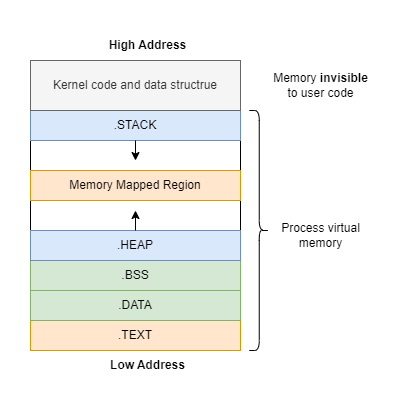
Above: source/images/process-memory-address.png in baoqger/chrisbao (draw.io), before the change. Source tidied: cells renumbered, new cells last; positions are measured from the earlier drawing's top-left corner, leaving out a move shared by most shapes. Source of this version:
```xml
<mxGraphModel>
  <root>
    <mxCell id="0" />
    <mxCell id="1" parent="0" />
    <mxCell id="2" style="rounded=0;whiteSpace=wrap;html=1;" parent="1" vertex="1">
      <mxGeometry y="30" width="210" height="290" as="geometry" />
    </mxCell>
    <mxCell id="3" value="Low Address" style="text;html=1;strokeColor=none;fillColor=none;align=center;verticalAlign=middle;whiteSpace=wrap;rounded=0;fontStyle=1;" parent="1" vertex="1">
      <mxGeometry x="75" y="320" width="85" height="30" as="geometry" />
    </mxCell>
    <mxCell id="4" value="High Address" style="text;html=1;strokeColor=none;fillColor=none;align=center;verticalAlign=middle;whiteSpace=wrap;rounded=0;fontStyle=1;" parent="1" vertex="1">
      <mxGeometry x="75" width="85" height="30" as="geometry" />
    </mxCell>
    <mxCell id="5" value=".TEXT" style="rounded=0;whiteSpace=wrap;html=1;fillColor=#ffe6cc;strokeColor=#d79b00;" parent="1" vertex="1">
      <mxGeometry y="290" width="210" height="30" as="geometry" />
    </mxCell>
    <mxCell id="6" value=".DATA" style="rounded=0;whiteSpace=wrap;html=1;fillColor=#d5e8d4;strokeColor=#82b366;" parent="1" vertex="1">
      <mxGeometry y="260" width="210" height="30" as="geometry" />
    </mxCell>
    <mxCell id="7" value=".BSS" style="rounded=0;whiteSpace=wrap;html=1;fillColor=#d5e8d4;strokeColor=#82b366;" parent="1" vertex="1">
      <mxGeometry y="230" width="210" height="30" as="geometry" />
    </mxCell>
    <mxCell id="8" value=".HEAP" style="rounded=0;whiteSpace=wrap;html=1;fillColor=#dae8fc;strokeColor=#6c8ebf;" parent="1" vertex="1">
      <mxGeometry y="200" width="210" height="30" as="geometry" />
    </mxCell>
    <mxCell id="9" value=".STACK" style="rounded=0;whiteSpace=wrap;html=1;fillColor=#dae8fc;strokeColor=#6c8ebf;" parent="1" vertex="1">
      <mxGeometry y="80" width="210" height="30" as="geometry" />
    </mxCell>
    <mxCell id="10" value="Kernel code and data structrue" style="rounded=0;whiteSpace=wrap;html=1;fillColor=#f5f5f5;strokeColor=#666666;fontColor=#333333;" parent="1" vertex="1">
      <mxGeometry y="30" width="210" height="50" as="geometry" />
    </mxCell>
    <mxCell id="11" value="Memory Mapped Region" style="rounded=0;whiteSpace=wrap;html=1;fillColor=#ffe6cc;strokeColor=#d79b00;" parent="1" vertex="1">
      <mxGeometry y="140" width="210" height="30" as="geometry" />
    </mxCell>
    <mxCell id="12" style="endArrow=classic;html=1;rounded=0;fontFamily=Helvetica;fontSize=12;fontColor=default;exitX=0.5;exitY=0;exitDx=0;exitDy=0;" parent="1" edge="1" source="8">
      <mxGeometry relative="1" as="geometry">
        <mxPoint x="105" y="180" as="targetPoint" />
      </mxGeometry>
    </mxCell>
    <mxCell id="13" style="endArrow=classic;html=1;rounded=0;fontFamily=Helvetica;fontSize=12;fontColor=default;exitX=0.5;exitY=1;exitDx=0;exitDy=0;entryX=0.5;entryY=0.345;entryDx=0;entryDy=0;entryPerimeter=0;" parent="1" edge="1" source="9" target="2">
      <mxGeometry relative="1" as="geometry" />
    </mxCell>
    <mxCell id="14" value="Memory &lt;b&gt;invisible&lt;/b&gt; to user code" style="text;html=1;strokeColor=none;fillColor=none;align=center;verticalAlign=middle;whiteSpace=wrap;rounded=0;fontFamily=Helvetica;fontSize=12;fontColor=default;" parent="1" vertex="1">
      <mxGeometry x="238.8" y="40" width="102.5" height="30" as="geometry" />
    </mxCell>
    <mxCell id="15" value="Process virtual memory" style="text;html=1;strokeColor=none;fillColor=none;align=center;verticalAlign=middle;whiteSpace=wrap;rounded=0;fontFamily=Helvetica;fontSize=12;fontColor=default;" parent="1" vertex="1">
      <mxGeometry x="238.8" y="190" width="102.5" height="30" as="geometry" />
    </mxCell>
    <mxCell id="16" style="shape=curlyBracket;whiteSpace=wrap;html=1;rounded=1;flipH=1;strokeColor=#000000;fontFamily=Helvetica;fontSize=12;fontColor=default;fillColor=#ffe6cc;" parent="1" vertex="1">
      <mxGeometry x="218.8" y="80" width="20" height="240" as="geometry" />
    </mxCell>
  </root>
</mxGraphModel>
```
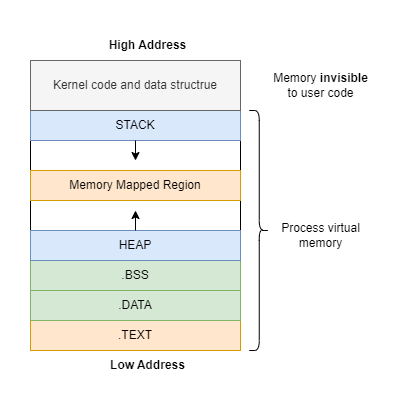
After the commit.

Change to the diagram source:
```diff
@@ -20,10 +20,10 @@
     <mxCell id="7" value=".BSS" style="rounded=0;whiteSpace=wrap;html=1;fillColor=#d5e8d4;strokeColor=#82b366;" parent="1" vertex="1">
       <mxGeometry y="230" width="210" height="30" as="geometry" />
     </mxCell>
-    <mxCell id="8" value=".HEAP" style="rounded=0;whiteSpace=wrap;html=1;fillColor=#dae8fc;strokeColor=#6c8ebf;" parent="1" vertex="1">
+    <mxCell id="8" value="HEAP" style="rounded=0;whiteSpace=wrap;html=1;fillColor=#dae8fc;strokeColor=#6c8ebf;" parent="1" vertex="1">
       <mxGeometry y="200" width="210" height="30" as="geometry" />
     </mxCell>
-    <mxCell id="9" value=".STACK" style="rounded=0;whiteSpace=wrap;html=1;fillColor=#dae8fc;strokeColor=#6c8ebf;" parent="1" vertex="1">
+    <mxCell id="9" value="STACK" style="rounded=0;whiteSpace=wrap;html=1;fillColor=#dae8fc;strokeColor=#6c8ebf;" parent="1" vertex="1">
       <mxGeometry y="80" width="210" height="30" as="geometry" />
     </mxCell>
     <mxCell id="10" value="Kernel code and data structrue" style="rounded=0;whiteSpace=wrap;html=1;fillColor=#f5f5f5;strokeColor=#666666;fontColor=#333333;" parent="1" vertex="1">
```
